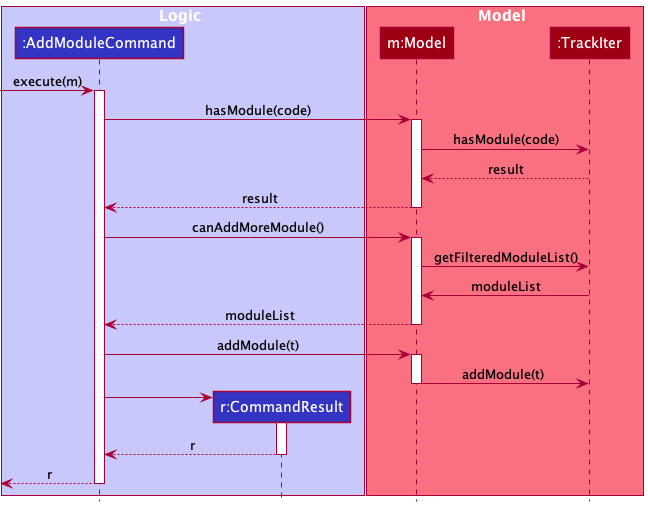
Before: docs/images/AddModuleSequenceDiagram.png, a diagram exported from PlantUML (simonteozw/tp).
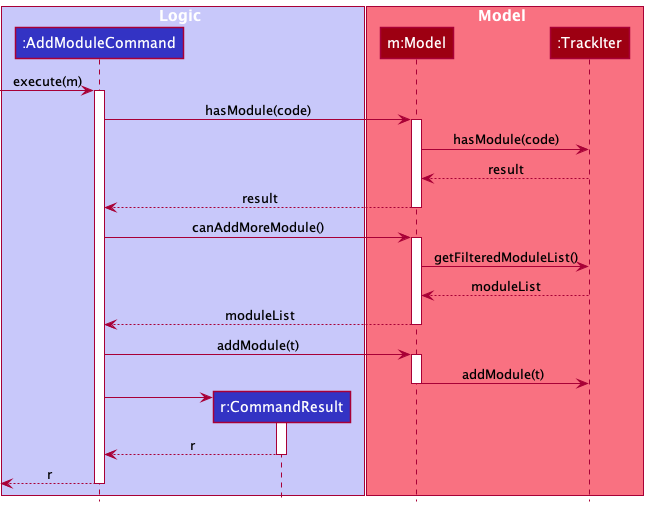
After the change.

Commit message:
Fix bugs in the Module part of the DG

The edit, as a diff of the source:
```diff
@@ -24,7 +24,7 @@
 AddModuleCommand -> Model : canAddMoreModule()
 activate Model
 Model -> TrackIter : getFilteredModuleList()
-TrackIter -> Model : moduleList
+TrackIter --> Model : moduleList
 Model --> AddModuleCommand : moduleList
 deactivate Model
 
```
